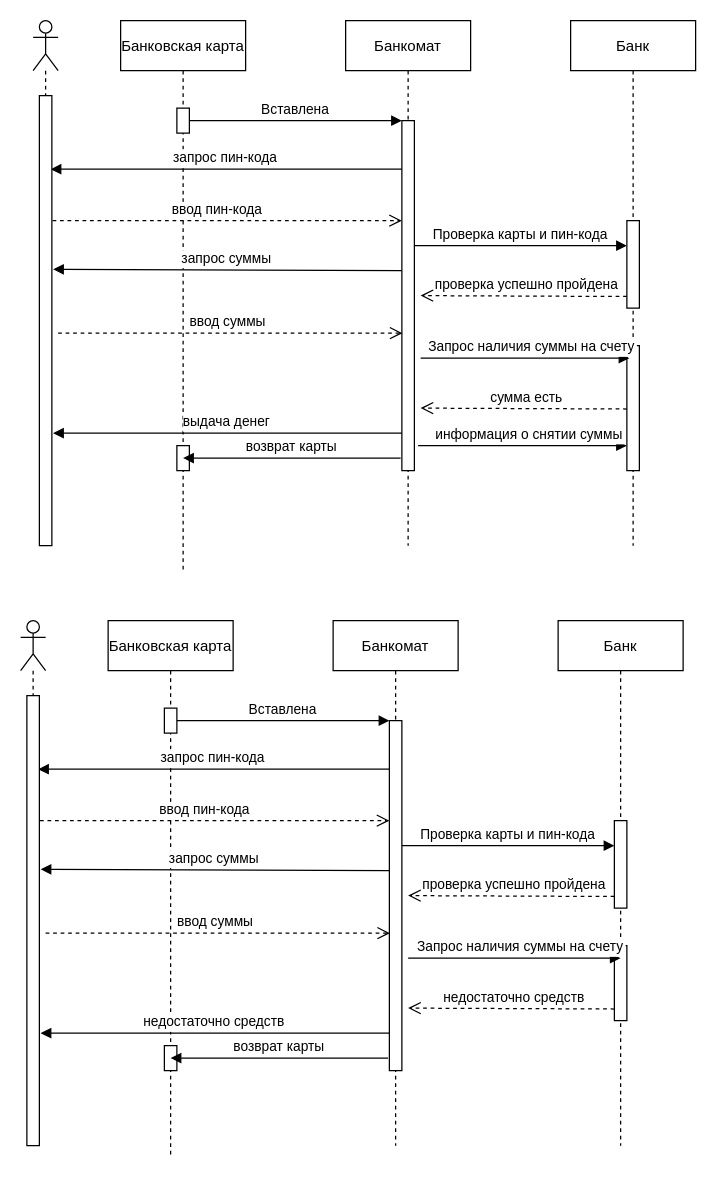
Above: Снятие денег в банкомате(диаграмма последовательностей).drawio in Antysya/UML (draw.io), before the change. Source tidied: cells renumbered, new cells numbered last; positions are measured from the earlier drawing's top-left corner, leaving out a move shared by most shapes. Both pictures are drawn from the tidied source at 125%, with x=0, y=0 at pixel (20, 20).
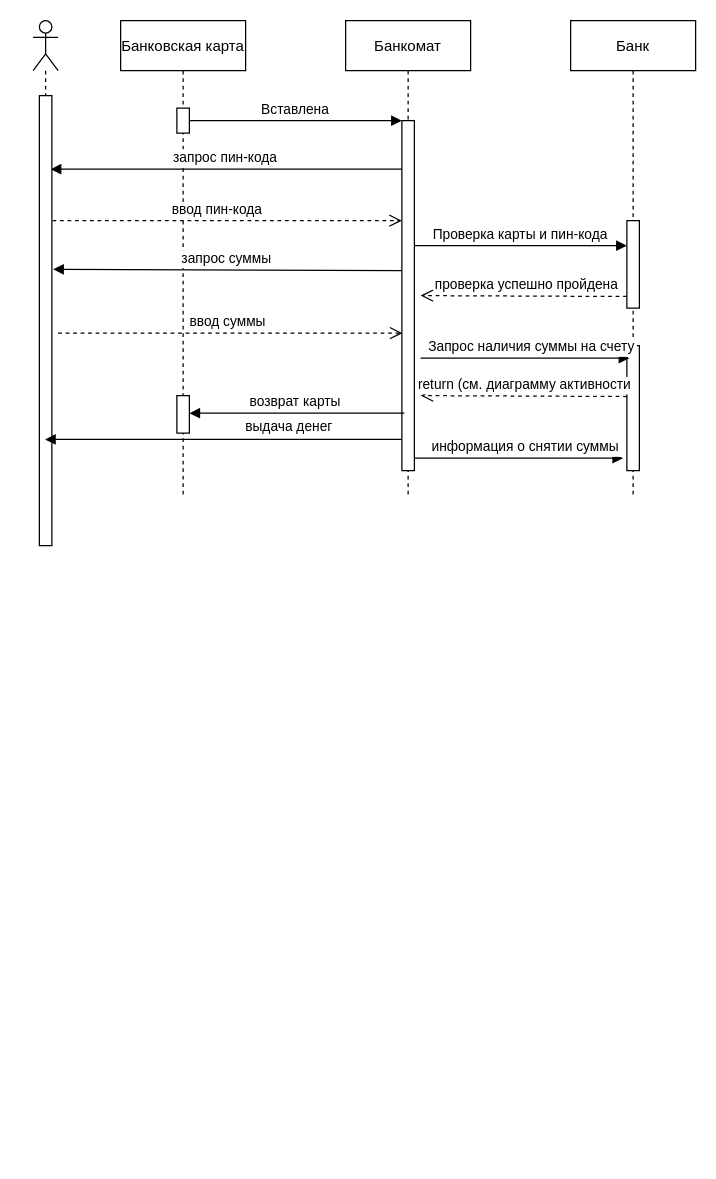
Above is the later version.

Unchanged cells that the change refers to:
```xml
<mxCell id="6" style="points=[];perimeter=orthogonalPerimeter;rounded=0;shadow=0;strokeWidth=1;" parent="5" vertex="1">
  <mxGeometry x="45" y="80" width="10" height="280" as="geometry" />
</mxCell>
<mxCell id="15" style="shape=umlLifeline;participant=umlActor;perimeter=lifelinePerimeter;whiteSpace=wrap;html=1;verticalAlign=top;spacingTop=36;outlineConnect=0;" parent="1" vertex="1">
  <mxGeometry x="10" width="20" height="420" as="geometry" />
</mxCell>
<mxCell id="16" style="points=[];perimeter=orthogonalPerimeter;rounded=0;shadow=0;strokeWidth=1;" parent="15" vertex="1">
  <mxGeometry x="5" y="60" width="10" height="360" as="geometry" />
</mxCell>
```

Change to the diagram source:
```diff
@@
     <mxCell id="2" value="Банковская карта" style="shape=umlLifeline;perimeter=lifelinePerimeter;rounded=0;shadow=0;strokeWidth=1;" parent="1" vertex="1">
-      <mxGeometry x="80" width="100" height="440" as="geometry" />
+      <mxGeometry x="80" width="100" height="380" as="geometry" />
     </mxCell>
@@
     <mxCell id="4" style="points=[];perimeter=orthogonalPerimeter;rounded=0;shadow=0;strokeWidth=1;" parent="2" vertex="1">
-      <mxGeometry x="45" y="340" width="10" height="20" as="geometry" />
+      <mxGeometry x="45" y="300" width="10" height="30" as="geometry" />
     </mxCell>
     <mxCell id="5" value="Банкомат" style="shape=umlLifeline;perimeter=lifelinePerimeter;rounded=0;shadow=0;strokeWidth=1;" parent="1" vertex="1">
-      <mxGeometry x="260" width="100" height="420" as="geometry" />
+      <mxGeometry x="260" width="100" height="380" as="geometry" />
     </mxCell>
@@
-    <mxCell id="7" value="информация о снятии суммы" style="verticalAlign=bottom;endArrow=block;shadow=0;strokeWidth=1;entryX=0.2;entryY=0.1;entryDx=0;entryDy=0;entryPerimeter=0;" parent="5" edge="1">
-      <mxGeometry x="0.06" relative="1" as="geometry">
-        <mxPoint x="58" y="340" as="sourcePoint" />
-        <mxPoint x="225" y="340" as="targetPoint" />
-        <Array as="points">
-          <mxPoint x="138" y="340" />
-          <mxPoint x="198" y="340" />
-        </Array>
-      </mxGeometry>
-    </mxCell>
@@
     <mxCell id="11" value="Банк" style="shape=umlLifeline;perimeter=lifelinePerimeter;rounded=0;shadow=0;strokeWidth=1;" parent="1" vertex="1">
-      <mxGeometry x="440" width="100" height="420" as="geometry" />
+      <mxGeometry x="440" width="100" height="380" as="geometry" />
     </mxCell>
@@
-    <mxCell id="21" value="сумма есть" style="verticalAlign=bottom;endArrow=open;dashed=1;endSize=8;shadow=0;strokeWidth=1;exitX=0;exitY=0.867;exitDx=0;exitDy=0;exitPerimeter=0;" parent="1" edge="1">
+    <mxCell id="21" value="return (см. диаграмму активности " style="verticalAlign=bottom;endArrow=open;dashed=1;endSize=8;shadow=0;strokeWidth=1;exitX=0;exitY=0.867;exitDx=0;exitDy=0;exitPerimeter=0;" parent="1" edge="1">
       <mxGeometry x="-0.03" relative="1" as="geometry">
-        <mxPoint x="485" y="310.7" as="sourcePoint" />
-        <mxPoint x="320" y="310" as="targetPoint" />
+        <mxPoint x="485" y="300.7" as="sourcePoint" />
+        <mxPoint x="320" y="300" as="targetPoint" />
       </mxGeometry>
     </mxCell>
-    <mxCell id="22" value="выдача денег" style="verticalAlign=bottom;endArrow=block;shadow=0;strokeWidth=1;entryX=1.1;entryY=0.75;entryDx=0;entryDy=0;entryPerimeter=0;" parent="1" edge="1" target="16">
-      <mxGeometry relative="1" as="geometry">
-        <mxPoint x="305" y="330" as="sourcePoint" />
-      </mxGeometry>
+    <mxCell id="22" value="выдача денег" style="verticalAlign=bottom;endArrow=block;shadow=0;strokeWidth=1;exitX=0;exitY=0.911;exitDx=0;exitDy=0;exitPerimeter=0;" parent="1" edge="1" source="6" target="15">
+      <mxGeometry x="-0.37" y="-1" relative="1" as="geometry" />
     </mxCell>
-    <mxCell id="23" value="возврат карты" style="verticalAlign=bottom;endArrow=block;shadow=0;strokeWidth=1;entryX=0.5;entryY=0.496;entryDx=0;entryDy=0;entryPerimeter=0;exitX=-0.1;exitY=0.964;exitDx=0;exitDy=0;exitPerimeter=0;" parent="1" edge="1" source="6" target="4">
-      <mxGeometry relative="1" as="geometry" />
+    <mxCell id="23" value="возврат карты" style="verticalAlign=bottom;endArrow=block;shadow=0;strokeWidth=1;exitX=0.2;exitY=0.836;exitDx=0;exitDy=0;exitPerimeter=0;" parent="1" edge="1" source="6" target="4">
+      <mxGeometry x="0.01" relative="1" as="geometry" />
     </mxCell>
-    <mxCell id="24" value="Банковская карта" style="shape=umlLifeline;perimeter=lifelinePerimeter;rounded=0;shadow=0;strokeWidth=1;" parent="1" vertex="1">
-      <mxGeometry x="70" y="480" width="100" height="430" as="geometry" />
-    </mxCell>
-    <mxCell id="25" style="points=[];perimeter=orthogonalPerimeter;rounded=0;shadow=0;strokeWidth=1;" parent="24" vertex="1">
-      <mxGeometry x="45" y="70" width="10" height="20" as="geometry" />
-    </mxCell>
-    <mxCell id="26" style="points=[];perimeter=orthogonalPerimeter;rounded=0;shadow=0;strokeWidth=1;" parent="24" vertex="1">
-      <mxGeometry x="45" y="340" width="10" height="20" as="geometry" />
-    </mxCell>
-    <mxCell id="27" value="Банкомат" style="shape=umlLifeline;perimeter=lifelinePerimeter;rounded=0;shadow=0;strokeWidth=1;" parent="1" vertex="1">
-      <mxGeometry x="250" y="480" width="100" height="420" as="geometry" />
-    </mxCell>
-    <mxCell id="28" style="points=[];perimeter=orthogonalPerimeter;rounded=0;shadow=0;strokeWidth=1;" parent="27" vertex="1">
-      <mxGeometry x="45" y="80" width="10" height="280" as="geometry" />
-    </mxCell>
-    <mxCell id="29" value="Вставлена" style="verticalAlign=bottom;endArrow=block;entryX=0;entryY=0;shadow=0;strokeWidth=1;" parent="1" edge="1" source="25" target="28">
-      <mxGeometry relative="1" as="geometry" />
-    </mxCell>
-    <mxCell id="30" value="запрос пин-кода" style="verticalAlign=bottom;endArrow=block;shadow=0;strokeWidth=1;entryX=0.7;entryY=0.283;entryDx=0;entryDy=0;entryPerimeter=0;" parent="1" edge="1" source="28" target="36">
-      <mxGeometry relative="1" as="geometry" />
-    </mxCell>
-    <mxCell id="31" value="ввод пин-кода" style="verticalAlign=bottom;endArrow=open;dashed=1;endSize=8;shadow=0;strokeWidth=1;" parent="1" edge="1" source="36" target="28">
-      <mxGeometry x="-0.03" relative="1" as="geometry">
-        <Array as="points">
-          <mxPoint x="180" y="640" />
-        </Array>
-      </mxGeometry>
-    </mxCell>
-    <mxCell id="32" value="Банк" style="shape=umlLifeline;perimeter=lifelinePerimeter;rounded=0;shadow=0;strokeWidth=1;" parent="1" vertex="1">
-      <mxGeometry x="430" y="480" width="100" height="420" as="geometry" />
-    </mxCell>
-    <mxCell id="33" style="points=[];perimeter=orthogonalPerimeter;rounded=0;shadow=0;strokeWidth=1;" parent="32" vertex="1">
-      <mxGeometry x="45" y="160" width="10" height="70" as="geometry" />
-    </mxCell>
-    <mxCell id="34" style="points=[];perimeter=orthogonalPerimeter;rounded=0;shadow=0;strokeWidth=1;" parent="32" vertex="1">
-      <mxGeometry x="45" y="260" width="10" height="60" as="geometry" />
-    </mxCell>
-    <mxCell id="35" value="проверка успешно пройдена" style="verticalAlign=bottom;endArrow=open;dashed=1;endSize=8;shadow=0;strokeWidth=1;exitX=0;exitY=0.867;exitDx=0;exitDy=0;exitPerimeter=0;" parent="1" edge="1" source="33">
-      <mxGeometry x="-0.03" relative="1" as="geometry">
-        <mxPoint x="310" y="700" as="targetPoint" />
-      </mxGeometry>
-    </mxCell>
-    <mxCell id="36" style="shape=umlLifeline;participant=umlActor;perimeter=lifelinePerimeter;whiteSpace=wrap;html=1;verticalAlign=top;spacingTop=36;outlineConnect=0;" parent="1" vertex="1">
-      <mxGeometry y="480" width="20" height="420" as="geometry" />
-    </mxCell>
-    <mxCell id="37" style="points=[];perimeter=orthogonalPerimeter;rounded=0;shadow=0;strokeWidth=1;" parent="36" vertex="1">
-      <mxGeometry x="5" y="60" width="10" height="360" as="geometry" />
-    </mxCell>
-    <mxCell id="38" value="запрос суммы" style="verticalAlign=bottom;endArrow=block;shadow=0;strokeWidth=1;entryX=1.1;entryY=0.386;entryDx=0;entryDy=0;entryPerimeter=0;" parent="1" edge="1" target="37">
-      <mxGeometry relative="1" as="geometry">
-        <mxPoint x="295" y="680" as="sourcePoint" />
-      </mxGeometry>
-    </mxCell>
-    <mxCell id="39" value="ввод суммы" style="verticalAlign=bottom;endArrow=open;dashed=1;endSize=8;shadow=0;strokeWidth=1;" parent="1" edge="1">
-      <mxGeometry x="-0.02" relative="1" as="geometry">
-        <mxPoint x="20" y="730" as="sourcePoint" />
-        <mxPoint x="295.5" y="730" as="targetPoint" />
-        <Array as="points">
-          <mxPoint x="180.5" y="730" />
-        </Array>
-        <mxPoint x="1" as="offset" />
-      </mxGeometry>
-    </mxCell>
-    <mxCell id="40" value="Проверка карты и пин-кода" style="verticalAlign=bottom;endArrow=block;entryX=0;entryY=0;shadow=0;strokeWidth=1;" parent="1" edge="1">
-      <mxGeometry relative="1" as="geometry">
-        <mxPoint x="305" y="660" as="sourcePoint" />
-        <mxPoint x="475" y="660" as="targetPoint" />
-      </mxGeometry>
-    </mxCell>
-    <mxCell id="41" value="Запрос наличия суммы на счету" style="verticalAlign=bottom;endArrow=block;shadow=0;strokeWidth=1;entryX=0.5;entryY=0.167;entryDx=0;entryDy=0;entryPerimeter=0;" parent="1" edge="1" target="34">
-      <mxGeometry x="0.06" relative="1" as="geometry">
-        <mxPoint x="310" y="750" as="sourcePoint" />
-        <Array as="points">
-          <mxPoint x="390" y="750" />
-          <mxPoint x="450" y="750" />
-        </Array>
-      </mxGeometry>
-    </mxCell>
-    <mxCell id="42" value="недостаточно средств" style="verticalAlign=bottom;endArrow=open;dashed=1;endSize=8;shadow=0;strokeWidth=1;exitX=0;exitY=0.867;exitDx=0;exitDy=0;exitPerimeter=0;" parent="1" edge="1">
-      <mxGeometry x="-0.03" relative="1" as="geometry">
-        <mxPoint x="475" y="790.7" as="sourcePoint" />
-        <mxPoint x="310" y="790" as="targetPoint" />
-      </mxGeometry>
-    </mxCell>
-    <mxCell id="43" value="недостаточно средств" style="verticalAlign=bottom;endArrow=block;shadow=0;strokeWidth=1;entryX=1.1;entryY=0.75;entryDx=0;entryDy=0;entryPerimeter=0;" parent="1" edge="1" target="37">
-      <mxGeometry relative="1" as="geometry">
-        <mxPoint x="295" y="810" as="sourcePoint" />
-      </mxGeometry>
-    </mxCell>
-    <mxCell id="44" value="возврат карты" style="verticalAlign=bottom;endArrow=block;shadow=0;strokeWidth=1;entryX=0.5;entryY=0.496;entryDx=0;entryDy=0;entryPerimeter=0;exitX=-0.1;exitY=0.964;exitDx=0;exitDy=0;exitPerimeter=0;" parent="1" edge="1" source="28" target="26">
-      <mxGeometry relative="1" as="geometry" />
-    </mxCell>
+    <mxCell id="7" value="информация о снятии суммы" style="verticalAlign=bottom;endArrow=block;shadow=0;strokeWidth=1;entryX=0.2;entryY=0.1;entryDx=0;entryDy=0;entryPerimeter=0;" parent="1" edge="1">
+      <mxGeometry x="0.06" relative="1" as="geometry">
+        <mxPoint x="315" y="350" as="sourcePoint" />
+        <mxPoint x="482" y="350" as="targetPoint" />
+        <Array as="points">
+          <mxPoint x="395" y="350" />
+          <mxPoint x="455" y="350" />
+        </Array>
+      </mxGeometry>
+    </mxCell>
```
